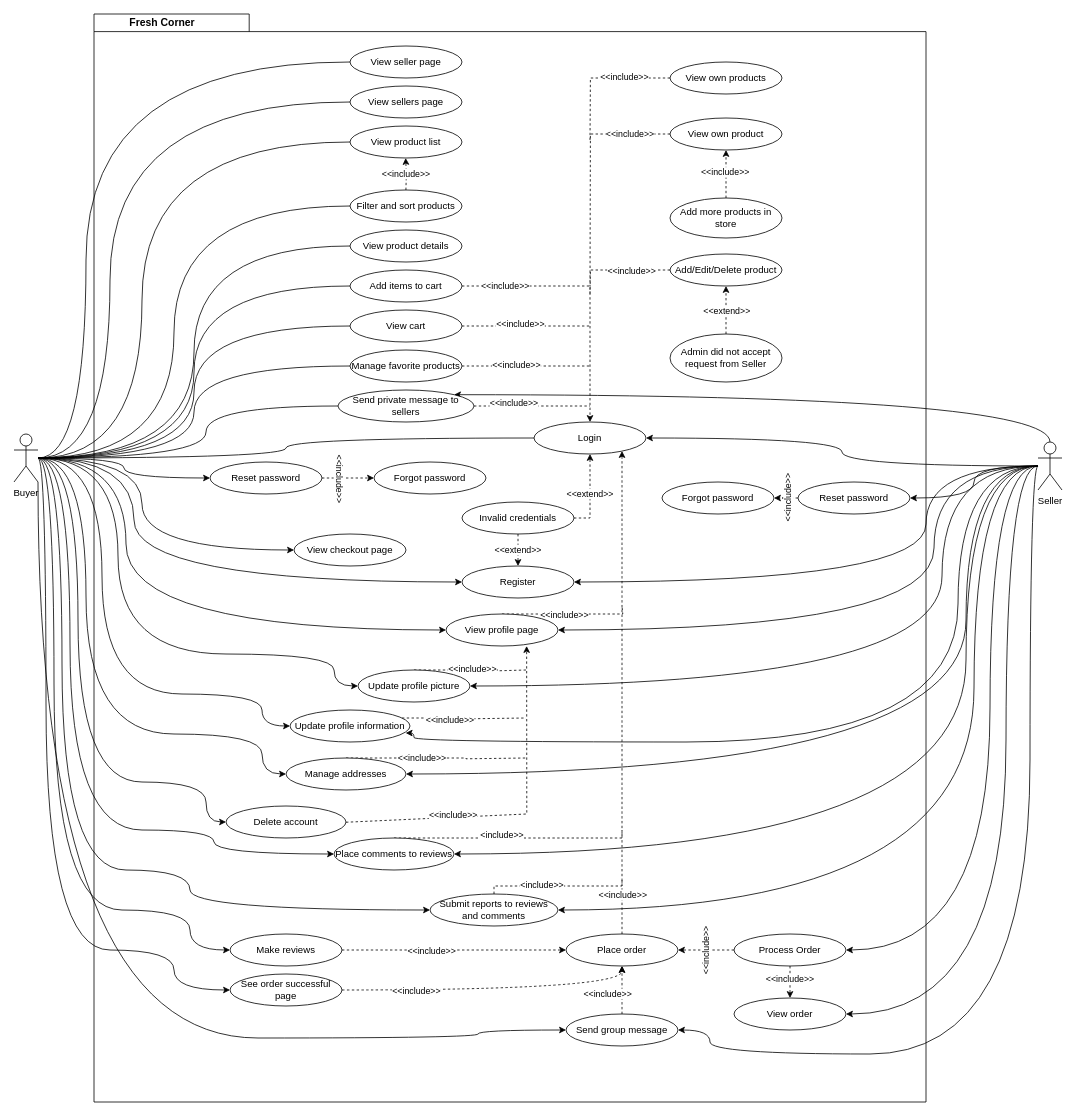
ErikaRusznak/piazza-ecommerce keeps this draw.io diagram as page "client seller ucd" (6 of 7) of use_case_diagram.drawio. Above is the earlier version. Source tidied: cells renumbered, new cells numbered last; positions are measured from the earlier drawing's top-left corner, leaving out a move shared by most shapes. Both pictures are drawn from the tidied source at 80%, with x=0, y=0 at pixel (14, 14).
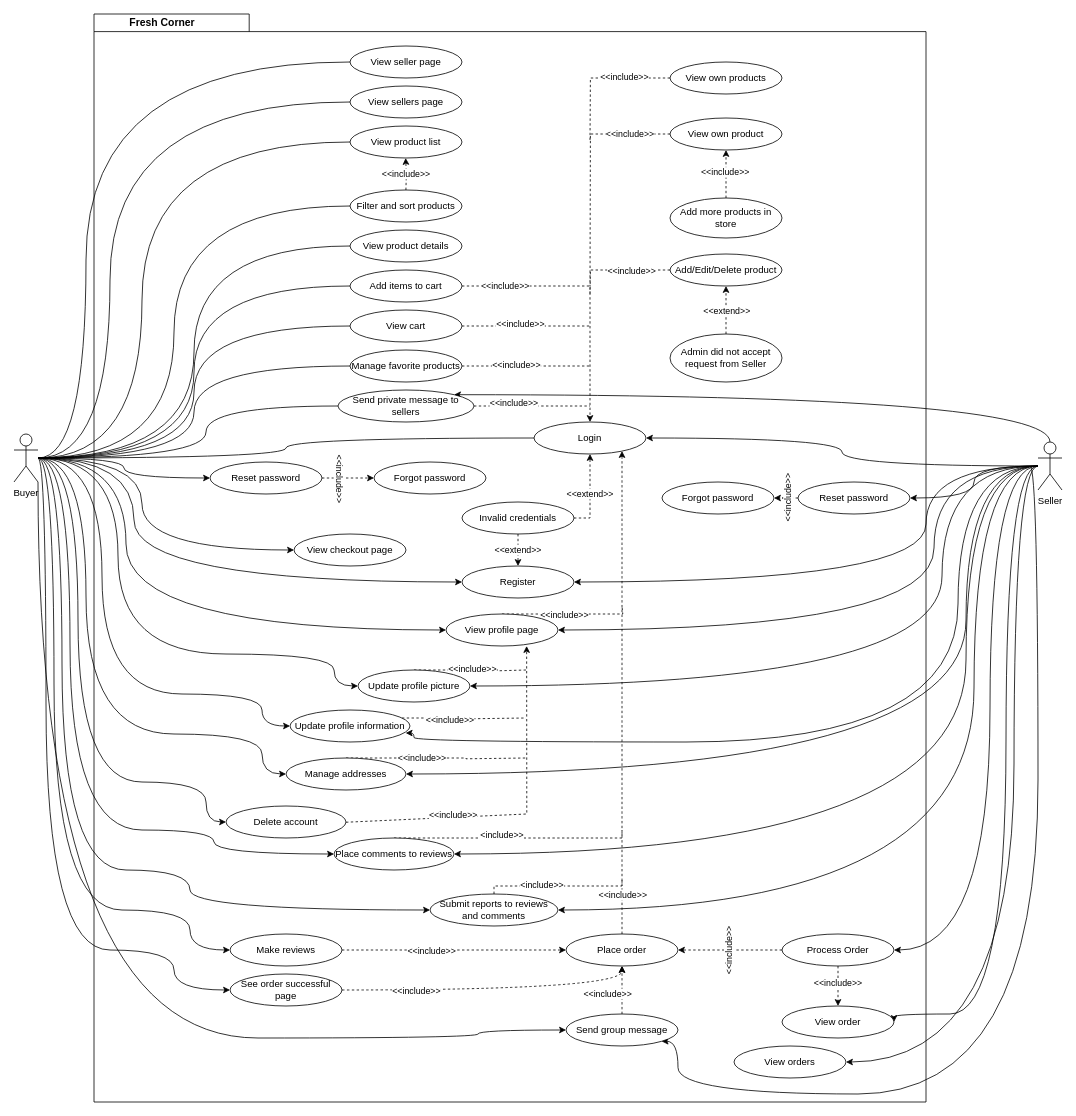
The same page after the edit.

Commit message:
Add ucd for courier and admin

Unchanged cells that the change refers to:
```xml
<mxCell id="46" value="Seller" style="shape=umlActor;verticalLabelPosition=bottom;verticalAlign=top;html=1;" parent="1" vertex="1">
  <mxGeometry x="1280" y="535" width="30" height="60" as="geometry" />
</mxCell>
<mxCell id="99" value="Send group message" style="ellipse;whiteSpace=wrap;html=1;" parent="1" vertex="1">
  <mxGeometry x="690" y="1250" width="140" height="40" as="geometry" />
</mxCell>
```

Change to the diagram source:
```diff
@@
-    <mxCell id="42" style="edgeStyle=orthogonalEdgeStyle;rounded=0;jettySize=auto;html=1;entryX=1;entryY=0.5;entryDx=0;entryDy=0;curved=1;" parent="1" edge="1" source="46" target="99">
-      <mxGeometry relative="1" as="geometry">
-        <Array as="points">
-          <mxPoint x="1270" y="565" />
-          <mxPoint x="1270" y="1300" />
-          <mxPoint x="870" y="1300" />
-          <mxPoint x="870" y="1270" />
-        </Array>
-      </mxGeometry>
-    </mxCell>
@@
+    <mxCell id="128" style="edgeStyle=orthogonalEdgeStyle;rounded=0;jettySize=auto;html=1;entryX=1;entryY=0.5;entryDx=0;entryDy=0;curved=1;" parent="1" edge="1" source="46" target="130">
+      <mxGeometry relative="1" as="geometry">
+        <Array as="points">
+          <mxPoint x="1250" y="565" />
+          <mxPoint x="1250" y="1310" />
+        </Array>
+      </mxGeometry>
+    </mxCell>
+    <mxCell id="129" style="edgeStyle=orthogonalEdgeStyle;rounded=0;jettySize=auto;html=1;entryX=1;entryY=1;entryDx=0;entryDy=0;curved=1;" parent="1" edge="1" target="99">
+      <mxGeometry relative="1" as="geometry">
+        <mxPoint x="1270" y="565" as="sourcePoint" />
+        <Array as="points">
+          <mxPoint x="1280" y="565" />
+          <mxPoint x="1280" y="1350" />
+          <mxPoint x="830" y="1350" />
+          <mxPoint x="830" y="1284" />
+        </Array>
+      </mxGeometry>
+    </mxCell>
@@
     <mxCell id="111" value="Process Order" style="ellipse;whiteSpace=wrap;html=1;" parent="1" vertex="1">
-      <mxGeometry x="900" y="1150" width="140" height="40" as="geometry" />
+      <mxGeometry x="960" y="1150" width="140" height="40" as="geometry" />
     </mxCell>
     <mxCell id="112" value="View order" style="ellipse;whiteSpace=wrap;html=1;" parent="1" vertex="1">
-      <mxGeometry x="900" y="1230" width="140" height="40" as="geometry" />
+      <mxGeometry x="960" y="1240" width="140" height="40" as="geometry" />
     </mxCell>
@@
+    <mxCell id="130" value="View orders" style="ellipse;whiteSpace=wrap;html=1;" parent="1" vertex="1">
+      <mxGeometry x="900" y="1290" width="140" height="40" as="geometry" />
+    </mxCell>
```
